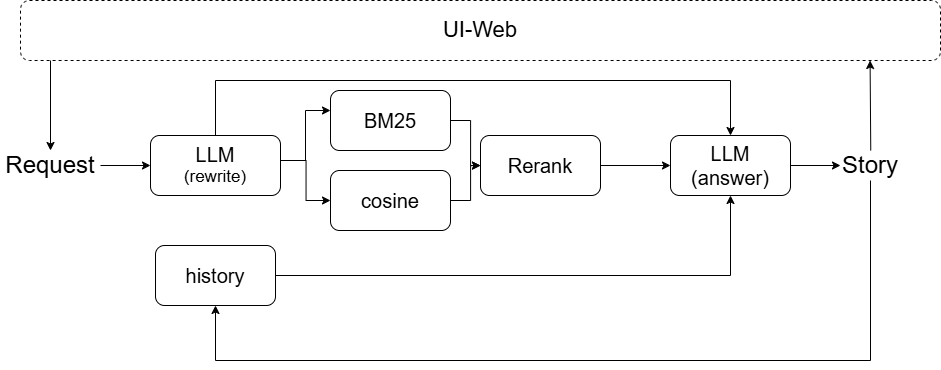
LazyAGI/LazyLLM keeps this draw.io diagram as docs/assets/rag.png. Above is the earlier version. Source tidied: cells renumbered, new cells last; positions are measured from the earlier drawing's top-left corner, leaving out a move shared by most shapes. Its diagram source:
```xml
<mxGraphModel>
  <root>
    <mxCell id="0" />
    <mxCell id="1" parent="0" />
    <mxCell id="2" value="&lt;font style=&quot;font-size: 22px;&quot;&gt;UI-Web&lt;/font&gt;" style="rounded=1;whiteSpace=wrap;html=1;dashed=1;" parent="1" vertex="1">
      <mxGeometry x="20" width="920" height="60" as="geometry" />
    </mxCell>
    <mxCell id="3" style="endArrow=classic;html=1;rounded=0;" parent="1" edge="1">
      <mxGeometry relative="1" as="geometry">
        <mxPoint x="50" y="60" as="sourcePoint" />
        <mxPoint x="50" y="150" as="targetPoint" />
      </mxGeometry>
    </mxCell>
    <mxCell id="4" style="edgeStyle=orthogonalEdgeStyle;rounded=0;jettySize=auto;html=1;" parent="1" edge="1" source="5" target="8">
      <mxGeometry relative="1" as="geometry" />
    </mxCell>
    <mxCell id="5" value="&lt;font style=&quot;font-size: 24px;&quot;&gt;Request&lt;/font&gt;" style="text;html=1;whiteSpace=wrap;strokeColor=none;fillColor=none;align=center;verticalAlign=middle;rounded=0;" parent="1" vertex="1">
      <mxGeometry y="150" width="100" height="30" as="geometry" />
    </mxCell>
    <mxCell id="6" style="edgeStyle=orthogonalEdgeStyle;rounded=0;orthogonalLoop=1;jettySize=auto;html=1;" parent="1" edge="1">
      <mxGeometry relative="1" as="geometry">
        <mxPoint x="280" y="160" as="sourcePoint" />
        <mxPoint x="330" y="110" as="targetPoint" />
        <Array as="points">
          <mxPoint x="305" y="160" />
          <mxPoint x="305" y="110" />
        </Array>
      </mxGeometry>
    </mxCell>
    <mxCell id="7" style="edgeStyle=orthogonalEdgeStyle;rounded=0;jettySize=auto;html=1;entryX=0;entryY=0.5;entryDx=0;entryDy=0;" parent="1" edge="1" target="16">
      <mxGeometry relative="1" as="geometry">
        <mxPoint x="280" y="160" as="sourcePoint" />
      </mxGeometry>
    </mxCell>
    <mxCell id="8" value="&lt;span style=&quot;font-size: 20px;&quot;&gt;LLM&lt;/span&gt;&lt;div&gt;&lt;font style=&quot;font-size: 17px;&quot;&gt;(rewrite)&lt;/font&gt;&lt;/div&gt;" style="rounded=1;whiteSpace=wrap;html=1;" parent="1" vertex="1">
      <mxGeometry x="150" y="135" width="130" height="60" as="geometry" />
    </mxCell>
    <mxCell id="9" style="edgeStyle=orthogonalEdgeStyle;rounded=0;jettySize=auto;html=1;" parent="1" edge="1" source="10" target="12">
      <mxGeometry relative="1" as="geometry" />
    </mxCell>
    <mxCell id="10" value="&lt;font style=&quot;font-size: 20px;&quot;&gt;BM25&lt;/font&gt;" style="rounded=1;whiteSpace=wrap;html=1;" parent="1" vertex="1">
      <mxGeometry x="330" y="90" width="120" height="60" as="geometry" />
    </mxCell>
    <mxCell id="11" style="edgeStyle=orthogonalEdgeStyle;rounded=0;jettySize=auto;html=1;" parent="1" edge="1" source="12">
      <mxGeometry relative="1" as="geometry">
        <mxPoint x="670" y="165" as="targetPoint" />
      </mxGeometry>
    </mxCell>
    <mxCell id="12" value="&lt;font style=&quot;font-size: 20px;&quot;&gt;Rerank&lt;/font&gt;" style="rounded=1;whiteSpace=wrap;html=1;" parent="1" vertex="1">
      <mxGeometry x="480" y="135" width="120" height="60" as="geometry" />
    </mxCell>
    <mxCell id="13" style="endArrow=classic;html=1;rounded=0;entryX=0.918;entryY=1;entryDx=0;entryDy=0;entryPerimeter=0;" parent="1" edge="1">
      <mxGeometry relative="1" as="geometry">
        <mxPoint x="870.3" y="150" as="sourcePoint" />
        <mxPoint x="869.6" y="60" as="targetPoint" />
      </mxGeometry>
    </mxCell>
    <mxCell id="14" value="&lt;font style=&quot;font-size: 20px;&quot;&gt;history&lt;/font&gt;" style="rounded=1;whiteSpace=wrap;html=1;" parent="1" vertex="1">
      <mxGeometry x="155" y="245" width="120" height="60" as="geometry" />
    </mxCell>
    <mxCell id="15" style="edgeStyle=orthogonalEdgeStyle;rounded=0;jettySize=auto;html=1;entryX=0;entryY=0.5;entryDx=0;entryDy=0;" parent="1" edge="1" source="16" target="12">
      <mxGeometry relative="1" as="geometry" />
    </mxCell>
    <mxCell id="16" value="&lt;span style=&quot;font-size: 20px;&quot;&gt;cosine&lt;/span&gt;" style="rounded=1;whiteSpace=wrap;html=1;" parent="1" vertex="1">
      <mxGeometry x="330" y="170" width="120" height="60" as="geometry" />
    </mxCell>
    <mxCell id="17" style="edgeStyle=orthogonalEdgeStyle;rounded=0;jettySize=auto;html=1;" parent="1" edge="1" source="18" target="20">
      <mxGeometry relative="1" as="geometry" />
    </mxCell>
    <mxCell id="18" value="&lt;font style=&quot;font-size: 20px;&quot;&gt;LLM&lt;/font&gt;&lt;div&gt;&lt;font style=&quot;font-size: 20px;&quot;&gt;(answer)&lt;/font&gt;&lt;/div&gt;" style="rounded=1;whiteSpace=wrap;html=1;" parent="1" vertex="1">
      <mxGeometry x="670" y="135" width="120" height="60" as="geometry" />
    </mxCell>
    <mxCell id="19" style="endArrow=classic;html=1;rounded=0;exitX=1;exitY=0.5;exitDx=0;exitDy=0;entryX=0.5;entryY=1;entryDx=0;entryDy=0;" parent="1" edge="1" source="14" target="18">
      <mxGeometry relative="1" as="geometry">
        <Array as="points">
          <mxPoint x="730" y="275" />
        </Array>
      </mxGeometry>
    </mxCell>
    <mxCell id="20" value="&lt;font style=&quot;font-size: 24px;&quot;&gt;Story&lt;/font&gt;" style="text;html=1;whiteSpace=wrap;strokeColor=none;fillColor=none;align=center;verticalAlign=middle;rounded=0;" parent="1" vertex="1">
      <mxGeometry x="840" y="150" width="60" height="30" as="geometry" />
    </mxCell>
    <mxCell id="21" style="endArrow=classic;html=1;rounded=0;edgeStyle=elbowEdgeStyle;elbow=vertical;exitX=0.5;exitY=0;exitDx=0;exitDy=0;entryX=0.5;entryY=0;entryDx=0;entryDy=0;" parent="1" edge="1" source="8" target="18">
      <mxGeometry relative="1" as="geometry">
        <Array as="points">
          <mxPoint x="480" y="80" />
        </Array>
      </mxGeometry>
    </mxCell>
    <mxCell id="22" style="endArrow=classic;html=1;rounded=0;edgeStyle=elbowEdgeStyle;elbow=vertical;entryX=0.5;entryY=1;entryDx=0;entryDy=0;" parent="1" edge="1" target="14">
      <mxGeometry relative="1" as="geometry">
        <mxPoint x="870" y="180" as="sourcePoint" />
        <Array as="points">
          <mxPoint x="690" y="360" />
        </Array>
      </mxGeometry>
    </mxCell>
  </root>
</mxGraphModel>
```
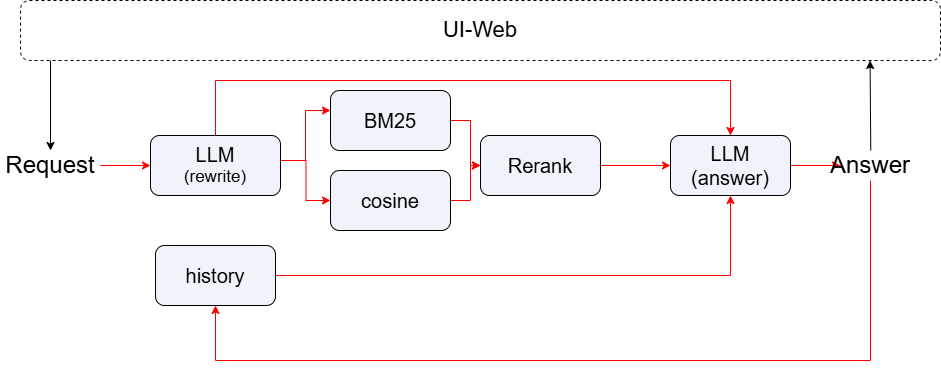
After the commit.

Diff of the diagram source:
```diff
@@ -11,13 +11,13 @@
         <mxPoint x="50" y="150" as="targetPoint" />
       </mxGeometry>
     </mxCell>
-    <mxCell id="4" style="edgeStyle=orthogonalEdgeStyle;rounded=0;jettySize=auto;html=1;" parent="1" edge="1" source="5" target="8">
+    <mxCell id="4" style="edgeStyle=orthogonalEdgeStyle;rounded=0;jettySize=auto;html=1;strokeColor=#FF0000;" parent="1" edge="1" source="5" target="8">
       <mxGeometry relative="1" as="geometry" />
     </mxCell>
     <mxCell id="5" value="&lt;font style=&quot;font-size: 24px;&quot;&gt;Request&lt;/font&gt;" style="text;html=1;whiteSpace=wrap;strokeColor=none;fillColor=none;align=center;verticalAlign=middle;rounded=0;" parent="1" vertex="1">
       <mxGeometry y="150" width="100" height="30" as="geometry" />
     </mxCell>
-    <mxCell id="6" style="edgeStyle=orthogonalEdgeStyle;rounded=0;orthogonalLoop=1;jettySize=auto;html=1;" parent="1" edge="1">
+    <mxCell id="6" style="edgeStyle=orthogonalEdgeStyle;rounded=0;orthogonalLoop=1;jettySize=auto;html=1;strokeColor=#FF0000;" parent="1" edge="1">
       <mxGeometry relative="1" as="geometry">
         <mxPoint x="280" y="160" as="sourcePoint" />
         <mxPoint x="330" y="110" as="targetPoint" />
@@ -27,26 +27,26 @@
         </Array>
       </mxGeometry>
     </mxCell>
-    <mxCell id="7" style="edgeStyle=orthogonalEdgeStyle;rounded=0;jettySize=auto;html=1;entryX=0;entryY=0.5;entryDx=0;entryDy=0;" parent="1" edge="1" target="16">
+    <mxCell id="7" style="edgeStyle=orthogonalEdgeStyle;rounded=0;jettySize=auto;html=1;entryX=0;entryY=0.5;entryDx=0;entryDy=0;strokeColor=#FF0000;" parent="1" edge="1" target="16">
       <mxGeometry relative="1" as="geometry">
         <mxPoint x="280" y="160" as="sourcePoint" />
       </mxGeometry>
     </mxCell>
-    <mxCell id="8" value="&lt;span style=&quot;font-size: 20px;&quot;&gt;LLM&lt;/span&gt;&lt;div&gt;&lt;font style=&quot;font-size: 17px;&quot;&gt;(rewrite)&lt;/font&gt;&lt;/div&gt;" style="rounded=1;whiteSpace=wrap;html=1;" parent="1" vertex="1">
+    <mxCell id="8" value="&lt;span style=&quot;font-size: 20px;&quot;&gt;LLM&lt;/span&gt;&lt;div&gt;&lt;font style=&quot;font-size: 17px;&quot;&gt;(rewrite)&lt;/font&gt;&lt;/div&gt;" style="rounded=1;whiteSpace=wrap;html=1;fillColor=#F0F4FA;" parent="1" vertex="1">
       <mxGeometry x="150" y="135" width="130" height="60" as="geometry" />
     </mxCell>
-    <mxCell id="9" style="edgeStyle=orthogonalEdgeStyle;rounded=0;jettySize=auto;html=1;" parent="1" edge="1" source="10" target="12">
+    <mxCell id="9" style="edgeStyle=orthogonalEdgeStyle;rounded=0;jettySize=auto;html=1;strokeColor=#FF0000;" parent="1" edge="1" source="10" target="12">
       <mxGeometry relative="1" as="geometry" />
     </mxCell>
-    <mxCell id="10" value="&lt;font style=&quot;font-size: 20px;&quot;&gt;BM25&lt;/font&gt;" style="rounded=1;whiteSpace=wrap;html=1;" parent="1" vertex="1">
+    <mxCell id="10" value="&lt;font style=&quot;font-size: 20px;&quot;&gt;BM25&lt;/font&gt;" style="rounded=1;whiteSpace=wrap;html=1;fillColor=#F0F4FA;" parent="1" vertex="1">
       <mxGeometry x="330" y="90" width="120" height="60" as="geometry" />
     </mxCell>
-    <mxCell id="11" style="edgeStyle=orthogonalEdgeStyle;rounded=0;jettySize=auto;html=1;" parent="1" edge="1" source="12">
+    <mxCell id="11" style="edgeStyle=orthogonalEdgeStyle;rounded=0;jettySize=auto;html=1;strokeColor=#FF0000;" parent="1" edge="1" source="12">
       <mxGeometry relative="1" as="geometry">
         <mxPoint x="670" y="165" as="targetPoint" />
       </mxGeometry>
     </mxCell>
-    <mxCell id="12" value="&lt;font style=&quot;font-size: 20px;&quot;&gt;Rerank&lt;/font&gt;" style="rounded=1;whiteSpace=wrap;html=1;" parent="1" vertex="1">
+    <mxCell id="12" value="&lt;font style=&quot;font-size: 20px;&quot;&gt;Rerank&lt;/font&gt;" style="rounded=1;whiteSpace=wrap;html=1;fillColor=#F0F4FA;" parent="1" vertex="1">
       <mxGeometry x="480" y="135" width="120" height="60" as="geometry" />
     </mxCell>
     <mxCell id="13" style="endArrow=classic;html=1;rounded=0;entryX=0.918;entryY=1;entryDx=0;entryDy=0;entryPerimeter=0;" parent="1" edge="1">
@@ -55,39 +55,39 @@
         <mxPoint x="869.6" y="60" as="targetPoint" />
       </mxGeometry>
     </mxCell>
-    <mxCell id="14" value="&lt;font style=&quot;font-size: 20px;&quot;&gt;history&lt;/font&gt;" style="rounded=1;whiteSpace=wrap;html=1;" parent="1" vertex="1">
+    <mxCell id="14" value="&lt;font style=&quot;font-size: 20px;&quot;&gt;history&lt;/font&gt;" style="rounded=1;whiteSpace=wrap;html=1;fillColor=#F0F4FA;" parent="1" vertex="1">
       <mxGeometry x="155" y="245" width="120" height="60" as="geometry" />
     </mxCell>
-    <mxCell id="15" style="edgeStyle=orthogonalEdgeStyle;rounded=0;jettySize=auto;html=1;entryX=0;entryY=0.5;entryDx=0;entryDy=0;" parent="1" edge="1" source="16" target="12">
+    <mxCell id="15" style="edgeStyle=orthogonalEdgeStyle;rounded=0;jettySize=auto;html=1;entryX=0;entryY=0.5;entryDx=0;entryDy=0;strokeColor=#FF0000;" parent="1" edge="1" source="16" target="12">
       <mxGeometry relative="1" as="geometry" />
     </mxCell>
-    <mxCell id="16" value="&lt;span style=&quot;font-size: 20px;&quot;&gt;cosine&lt;/span&gt;" style="rounded=1;whiteSpace=wrap;html=1;" parent="1" vertex="1">
+    <mxCell id="16" value="&lt;span style=&quot;font-size: 20px;&quot;&gt;cosine&lt;/span&gt;" style="rounded=1;whiteSpace=wrap;html=1;fillColor=#F0F4FA;" parent="1" vertex="1">
       <mxGeometry x="330" y="170" width="120" height="60" as="geometry" />
     </mxCell>
-    <mxCell id="17" style="edgeStyle=orthogonalEdgeStyle;rounded=0;jettySize=auto;html=1;" parent="1" edge="1" source="18" target="20">
+    <mxCell id="17" style="edgeStyle=orthogonalEdgeStyle;rounded=0;jettySize=auto;html=1;strokeColor=#FF0000;" parent="1" edge="1" source="18" target="20">
       <mxGeometry relative="1" as="geometry" />
     </mxCell>
-    <mxCell id="18" value="&lt;font style=&quot;font-size: 20px;&quot;&gt;LLM&lt;/font&gt;&lt;div&gt;&lt;font style=&quot;font-size: 20px;&quot;&gt;(answer)&lt;/font&gt;&lt;/div&gt;" style="rounded=1;whiteSpace=wrap;html=1;" parent="1" vertex="1">
+    <mxCell id="18" value="&lt;font style=&quot;font-size: 20px;&quot;&gt;LLM&lt;/font&gt;&lt;div&gt;&lt;font style=&quot;font-size: 20px;&quot;&gt;(answer)&lt;/font&gt;&lt;/div&gt;" style="rounded=1;whiteSpace=wrap;html=1;fillColor=#F0F4FA;" parent="1" vertex="1">
       <mxGeometry x="670" y="135" width="120" height="60" as="geometry" />
     </mxCell>
-    <mxCell id="19" style="endArrow=classic;html=1;rounded=0;exitX=1;exitY=0.5;exitDx=0;exitDy=0;entryX=0.5;entryY=1;entryDx=0;entryDy=0;" parent="1" edge="1" source="14" target="18">
+    <mxCell id="19" style="endArrow=classic;html=1;rounded=0;exitX=1;exitY=0.5;exitDx=0;exitDy=0;entryX=0.5;entryY=1;entryDx=0;entryDy=0;strokeColor=#FF0000;" parent="1" edge="1" source="14" target="18">
       <mxGeometry relative="1" as="geometry">
         <Array as="points">
           <mxPoint x="730" y="275" />
         </Array>
       </mxGeometry>
     </mxCell>
-    <mxCell id="20" value="&lt;font style=&quot;font-size: 24px;&quot;&gt;Story&lt;/font&gt;" style="text;html=1;whiteSpace=wrap;strokeColor=none;fillColor=none;align=center;verticalAlign=middle;rounded=0;" parent="1" vertex="1">
+    <mxCell id="20" value="&lt;font style=&quot;font-size: 24px;&quot;&gt;Answer&lt;/font&gt;" style="text;html=1;whiteSpace=wrap;strokeColor=none;fillColor=none;align=center;verticalAlign=middle;rounded=0;" parent="1" vertex="1">
       <mxGeometry x="840" y="150" width="60" height="30" as="geometry" />
     </mxCell>
-    <mxCell id="21" style="endArrow=classic;html=1;rounded=0;edgeStyle=elbowEdgeStyle;elbow=vertical;exitX=0.5;exitY=0;exitDx=0;exitDy=0;entryX=0.5;entryY=0;entryDx=0;entryDy=0;" parent="1" edge="1" source="8" target="18">
+    <mxCell id="21" style="endArrow=classic;html=1;rounded=0;edgeStyle=elbowEdgeStyle;elbow=vertical;exitX=0.5;exitY=0;exitDx=0;exitDy=0;entryX=0.5;entryY=0;entryDx=0;entryDy=0;strokeColor=#FF0000;" parent="1" edge="1" source="8" target="18">
       <mxGeometry relative="1" as="geometry">
         <Array as="points">
           <mxPoint x="480" y="80" />
         </Array>
       </mxGeometry>
     </mxCell>
-    <mxCell id="22" style="endArrow=classic;html=1;rounded=0;edgeStyle=elbowEdgeStyle;elbow=vertical;entryX=0.5;entryY=1;entryDx=0;entryDy=0;" parent="1" edge="1" target="14">
+    <mxCell id="22" style="endArrow=classic;html=1;rounded=0;edgeStyle=elbowEdgeStyle;elbow=vertical;entryX=0.5;entryY=1;entryDx=0;entryDy=0;strokeColor=#FF0000;" parent="1" edge="1" target="14">
       <mxGeometry relative="1" as="geometry">
         <mxPoint x="870" y="180" as="sourcePoint" />
         <Array as="points">
```
